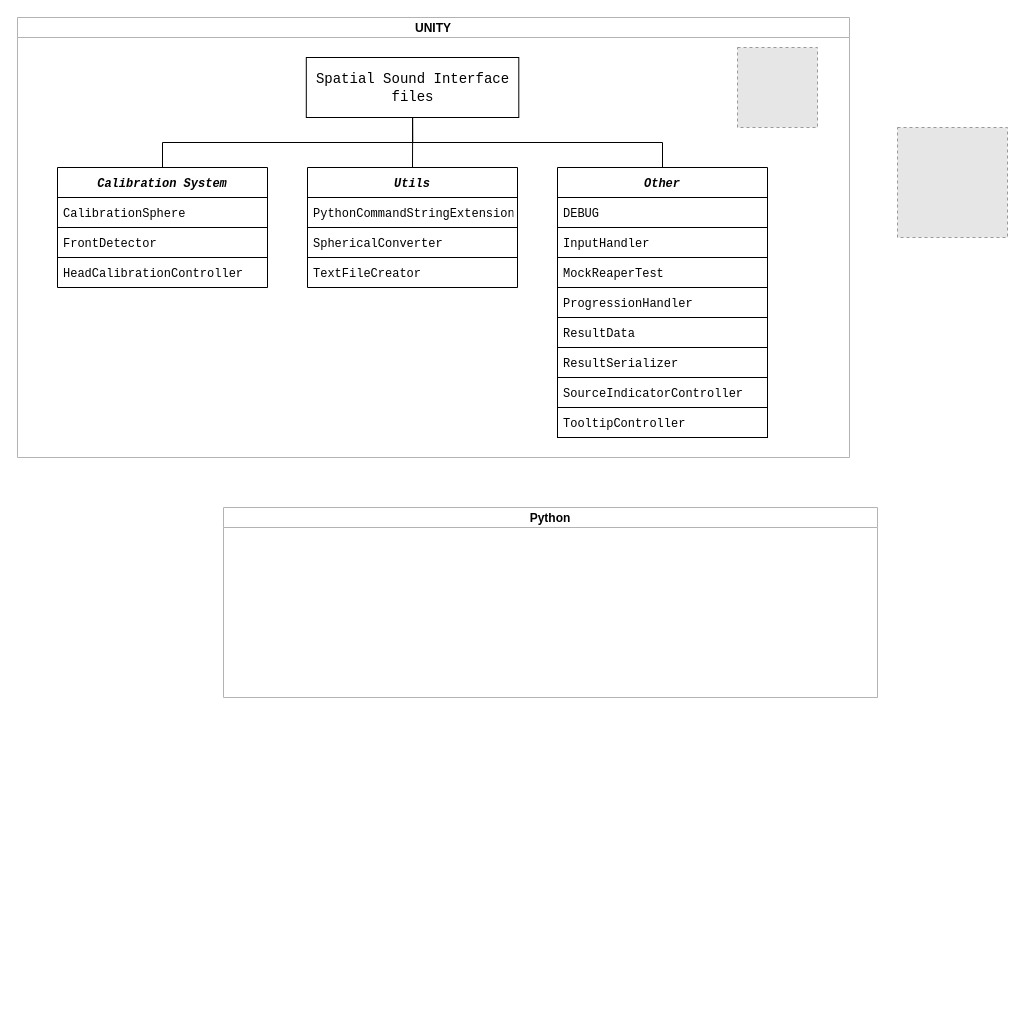
Above: Graphs/ReaperPython.drawio in odwrocsie/magisterka (draw.io), before the change. Source tidied: cells renumbered, new cells numbered last; positions are measured from the earlier drawing's top-left corner, leaving out a move shared by most shapes. Both pictures are drawn from the tidied source at 100%, with x=0, y=0 at pixel (17, 17). Pictures stored in the file or linked from it are replaced by grey dashed boxes.
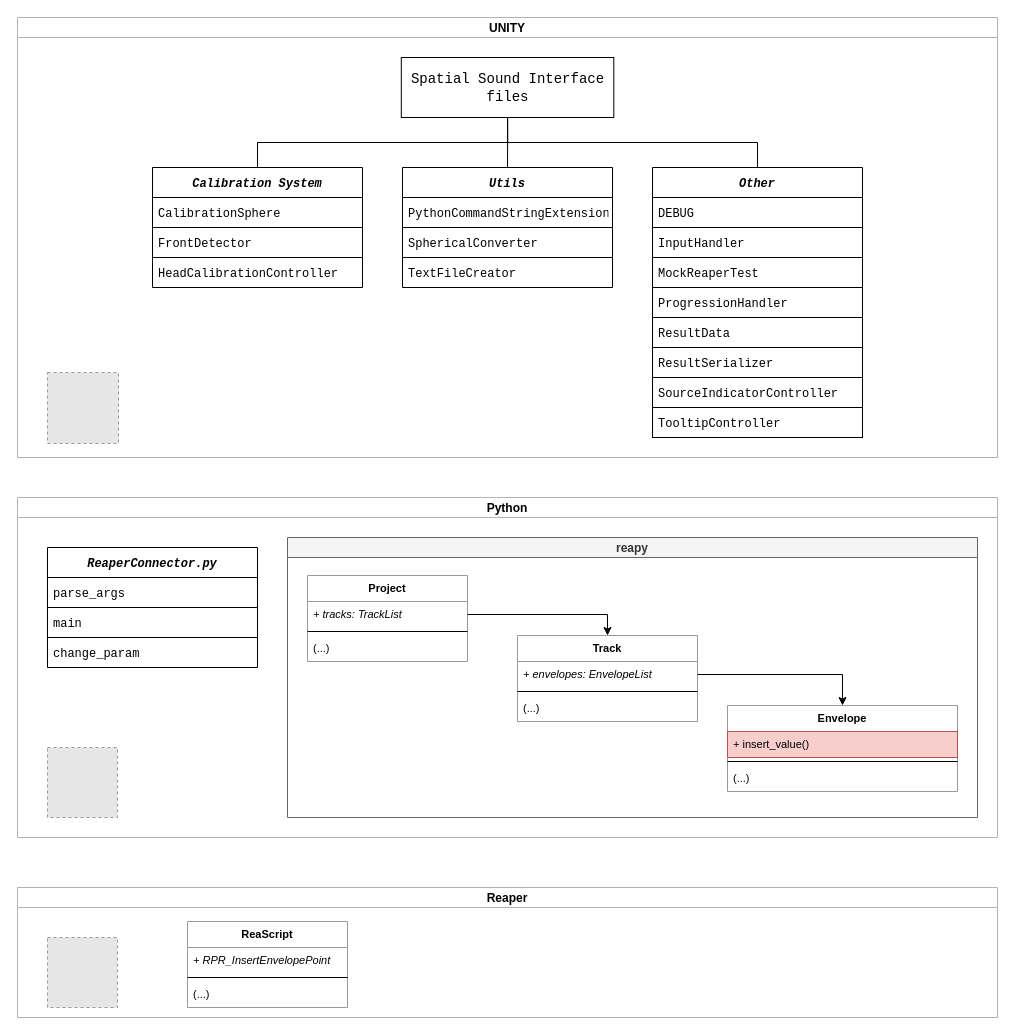
Above is the later version.

Change to the diagram source:
```diff
@@
     <mxCell id="2" value="UNITY" style="swimlane;startSize=20;horizontal=1;containerType=tree;newEdgeStyle={&quot;edgeStyle&quot;:&quot;elbowEdgeStyle&quot;,&quot;startArrow&quot;:&quot;none&quot;,&quot;endArrow&quot;:&quot;none&quot;};fontStyle=1;strokeColor=#B3B3B3;" parent="1" vertex="1">
-      <mxGeometry width="832" height="440" as="geometry" />
+      <mxGeometry width="980" height="440" as="geometry" />
     </mxCell>
@@
     <mxCell id="6" value="&lt;span style=&quot;font-size: 14px;&quot;&gt;&lt;font face=&quot;Courier New&quot;&gt;Spatial Sound Interface files&lt;/font&gt;&lt;/span&gt;" style="whiteSpace=wrap;html=1;align=center;newEdgeStyle={&quot;edgeStyle&quot;:&quot;elbowEdgeStyle&quot;,&quot;startArrow&quot;:&quot;none&quot;,&quot;endArrow&quot;:&quot;none&quot;};" parent="2" vertex="1">
-      <mxGeometry x="288.8" y="40" width="212.5" height="60" as="geometry" />
+      <mxGeometry x="383.8" y="40" width="212.5" height="60" as="geometry" />
     </mxCell>
     <mxCell id="7" value="Calibration System" style="swimlane;fontStyle=3;horizontal=1;startSize=30;fontFamily=Courier New;" parent="2" vertex="1">
-      <mxGeometry x="40" y="150" width="210" height="120" as="geometry" />
+      <mxGeometry x="135" y="150" width="210" height="120" as="geometry" />
     </mxCell>
@@
     <mxCell id="11" value="Utils" style="swimlane;fontStyle=3;horizontal=1;startSize=30;fontFamily=Courier New;" parent="2" vertex="1">
-      <mxGeometry x="290" y="150" width="210" height="120" as="geometry" />
+      <mxGeometry x="385" y="150" width="210" height="120" as="geometry" />
     </mxCell>
@@
     <mxCell id="15" value="Other" style="swimlane;fontStyle=3;horizontal=1;startSize=30;fontFamily=Courier New;" parent="2" vertex="1">
-      <mxGeometry x="540" y="150" width="210" height="270" as="geometry" />
+      <mxGeometry x="635" y="150" width="210" height="270" as="geometry" />
     </mxCell>
@@
     <mxCell id="24" style="fillColor=#E6E6E6;strokeColor=#999999;dashed=1;verticalLabelPosition=bottom;labelBackgroundColor=default;verticalAlign=top;" parent="2" vertex="1">
-      <mxGeometry x="720" y="30" width="80" height="80" as="geometry" />
+      <mxGeometry x="30" y="355" width="71" height="71" as="geometry" />
     </mxCell>
+    <mxCell id="27" value="Python" style="swimlane;startSize=20;horizontal=1;containerType=tree;newEdgeStyle={&quot;edgeStyle&quot;:&quot;elbowEdgeStyle&quot;,&quot;startArrow&quot;:&quot;none&quot;,&quot;endArrow&quot;:&quot;none&quot;};strokeColor=#B3B3B3;" parent="1" vertex="1">
+      <mxGeometry y="480" width="980" height="340" as="geometry" />
+    </mxCell>
+    <mxCell id="28" value="ReaperConnector.py" style="swimlane;fontStyle=3;horizontal=1;startSize=30;fontFamily=Courier New;" parent="27" vertex="1">
+      <mxGeometry x="30" y="50" width="210" height="120" as="geometry" />
+    </mxCell>
+    <mxCell id="29" value="parse_args" style="text;strokeColor=default;fillColor=none;align=left;verticalAlign=middle;spacingLeft=4;spacingRight=4;overflow=hidden;fontFamily=Courier New;" parent="28" vertex="1">
+      <mxGeometry y="30" width="210" height="30" as="geometry" />
+    </mxCell>
+    <mxCell id="30" value="main" style="text;strokeColor=default;fillColor=none;align=left;verticalAlign=middle;spacingLeft=4;spacingRight=4;overflow=hidden;fontFamily=Courier New;" parent="28" vertex="1">
+      <mxGeometry y="60" width="210" height="30" as="geometry" />
+    </mxCell>
+    <mxCell id="31" value="change_param" style="text;strokeColor=none;fillColor=none;align=left;verticalAlign=middle;spacingLeft=4;spacingRight=4;overflow=hidden;fontFamily=Courier New;" parent="28" vertex="1">
+      <mxGeometry y="90" width="210" height="30" as="geometry" />
+    </mxCell>
-    <mxCell id="25" value="Python" style="swimlane;startSize=20;horizontal=1;containerType=tree;newEdgeStyle={&quot;edgeStyle&quot;:&quot;elbowEdgeStyle&quot;,&quot;startArrow&quot;:&quot;none&quot;,&quot;endArrow&quot;:&quot;none&quot;};strokeColor=#B3B3B3;" parent="1" vertex="1">
-      <mxGeometry x="206" y="490" width="654" height="190" as="geometry" />
+    <mxCell id="25" value="reapy" style="swimlane;startSize=20;horizontal=1;containerType=tree;newEdgeStyle={&quot;edgeStyle&quot;:&quot;elbowEdgeStyle&quot;,&quot;startArrow&quot;:&quot;none&quot;,&quot;endArrow&quot;:&quot;none&quot;};strokeColor=#666666;fillColor=#f5f5f5;fontColor=#333333;" parent="27" vertex="1">
+      <mxGeometry x="270" y="40" width="690" height="280" as="geometry" />
     </mxCell>
-    <mxCell id="26" style="fillColor=#E6E6E6;strokeColor=#999999;dashed=1;verticalLabelPosition=bottom;labelBackgroundColor=default;verticalAlign=top;" parent="1" vertex="1">
-      <mxGeometry x="880" y="110" width="110" height="110" as="geometry" />
-    </mxCell>
+    <mxCell id="32" value="Project" style="swimlane;fontStyle=1;align=center;verticalAlign=top;horizontal=1;startSize=26;fontFamily=Helvetica;fontSize=11;strokeColor=#999999;" parent="25" vertex="1">
+      <mxGeometry x="20" y="38" width="160" height="86" as="geometry" />
+    </mxCell>
+    <mxCell id="33" value="+ tracks: TrackList" style="text;strokeColor=none;fillColor=none;align=left;verticalAlign=top;spacingLeft=4;spacingRight=4;overflow=hidden;points=[[0,0.5],[1,0.5]];portConstraint=eastwest;fontFamily=Helvetica;fontSize=11;fontStyle=2;" parent="32" vertex="1">
+      <mxGeometry y="26" width="160" height="26" as="geometry" />
+    </mxCell>
+    <mxCell id="34" style="line;strokeWidth=1;fillColor=none;align=left;verticalAlign=middle;spacingTop=-1;spacingLeft=3;spacingRight=3;labelPosition=right;fontFamily=Helvetica;fontSize=11;" parent="32" vertex="1">
+      <mxGeometry y="52" width="160" height="8" as="geometry" />
+    </mxCell>
+    <mxCell id="35" value="(...)" style="text;strokeColor=none;fillColor=none;align=left;verticalAlign=top;spacingLeft=4;spacingRight=4;overflow=hidden;fontFamily=Helvetica;fontSize=11;" parent="32" vertex="1">
+      <mxGeometry y="60" width="160" height="26" as="geometry" />
+    </mxCell>
+    <mxCell id="36" value="Track" style="swimlane;fontStyle=1;align=center;verticalAlign=top;horizontal=1;startSize=26;fontFamily=Helvetica;fontSize=11;strokeColor=#999999;" parent="25" vertex="1">
+      <mxGeometry x="230" y="98" width="180" height="86" as="geometry" />
+    </mxCell>
+    <mxCell id="37" value="+ envelopes: EnvelopeList" style="text;strokeColor=none;fillColor=none;align=left;verticalAlign=top;spacingLeft=4;spacingRight=4;overflow=hidden;points=[[0,0.5],[1,0.5]];portConstraint=eastwest;fontFamily=Helvetica;fontSize=11;fontStyle=2;" parent="36" vertex="1">
+      <mxGeometry y="26" width="180" height="26" as="geometry" />
+    </mxCell>
+    <mxCell id="38" style="line;strokeWidth=1;fillColor=none;align=left;verticalAlign=middle;spacingTop=-1;spacingLeft=3;spacingRight=3;labelPosition=right;fontFamily=Helvetica;fontSize=11;" parent="36" vertex="1">
+      <mxGeometry y="52" width="180" height="8" as="geometry" />
+    </mxCell>
+    <mxCell id="39" value="(...)" style="text;strokeColor=none;fillColor=none;align=left;verticalAlign=top;spacingLeft=4;spacingRight=4;overflow=hidden;fontFamily=Helvetica;fontSize=11;" parent="36" vertex="1">
+      <mxGeometry y="60" width="180" height="26" as="geometry" />
+    </mxCell>
+    <mxCell id="40" style="edgeStyle=orthogonalEdgeStyle;rounded=0;jettySize=auto;html=1;exitX=1;exitY=0.5;exitDx=0;exitDy=0;entryX=0.5;entryY=0;entryDx=0;entryDy=0;fontFamily=Helvetica;fontSize=11;" parent="25" edge="1" source="33" target="36">
+      <mxGeometry relative="1" as="geometry" />
+    </mxCell>
+    <mxCell id="41" value="Envelope" style="swimlane;fontStyle=1;align=center;verticalAlign=top;horizontal=1;startSize=26;fontFamily=Helvetica;fontSize=11;strokeColor=#999999;" parent="25" vertex="1">
+      <mxGeometry x="440" y="168" width="230" height="86" as="geometry" />
+    </mxCell>
+    <mxCell id="42" value="+ insert_value()" style="text;strokeColor=#b85450;fillColor=#f8cecc;align=left;verticalAlign=top;spacingLeft=4;spacingRight=4;overflow=hidden;fontFamily=Helvetica;fontSize=11;" parent="41" vertex="1">
+      <mxGeometry y="26" width="230" height="26" as="geometry" />
+    </mxCell>
+    <mxCell id="43" style="line;strokeWidth=1;fillColor=none;align=left;verticalAlign=middle;spacingTop=-1;spacingLeft=3;spacingRight=3;labelPosition=right;fontFamily=Helvetica;fontSize=11;" parent="41" vertex="1">
+      <mxGeometry y="52" width="230" height="8" as="geometry" />
+    </mxCell>
+    <mxCell id="44" value="(...)" style="text;strokeColor=none;fillColor=none;align=left;verticalAlign=top;spacingLeft=4;spacingRight=4;overflow=hidden;fontFamily=Helvetica;fontSize=11;" parent="41" vertex="1">
+      <mxGeometry y="60" width="230" height="26" as="geometry" />
+    </mxCell>
+    <mxCell id="45" style="edgeStyle=orthogonalEdgeStyle;rounded=0;jettySize=auto;html=1;exitX=1;exitY=0.5;exitDx=0;exitDy=0;fontFamily=Helvetica;fontSize=11;entryX=0.5;entryY=0;entryDx=0;entryDy=0;" parent="25" edge="1" source="37" target="41">
+      <mxGeometry relative="1" as="geometry" />
+    </mxCell>
+    <mxCell id="46" style="fillColor=#E6E6E6;strokeColor=#999999;dashed=1;verticalLabelPosition=bottom;labelBackgroundColor=default;verticalAlign=top;" parent="27" vertex="1">
+      <mxGeometry x="30" y="250" width="70" height="70" as="geometry" />
+    </mxCell>
+    <mxCell id="47" value="Reaper" style="swimlane;startSize=20;horizontal=1;containerType=tree;newEdgeStyle={&quot;edgeStyle&quot;:&quot;elbowEdgeStyle&quot;,&quot;startArrow&quot;:&quot;none&quot;,&quot;endArrow&quot;:&quot;none&quot;};strokeColor=#B3B3B3;" parent="1" vertex="1">
+      <mxGeometry y="870" width="980" height="130" as="geometry" />
+    </mxCell>
+    <mxCell id="48" style="fillColor=#E6E6E6;strokeColor=#999999;dashed=1;verticalLabelPosition=bottom;labelBackgroundColor=default;verticalAlign=top;" parent="47" vertex="1">
+      <mxGeometry x="30" y="50" width="70" height="70" as="geometry" />
+    </mxCell>
+    <mxCell id="49" value="ReaScript" style="swimlane;fontStyle=1;align=center;verticalAlign=top;horizontal=1;startSize=26;fontFamily=Helvetica;fontSize=11;strokeColor=#999999;" parent="47" vertex="1">
+      <mxGeometry x="170" y="34" width="160" height="86" as="geometry" />
+    </mxCell>
+    <mxCell id="50" value="+ RPR_InsertEnvelopePoint" style="text;strokeColor=none;fillColor=none;align=left;verticalAlign=top;spacingLeft=4;spacingRight=4;overflow=hidden;fontFamily=Helvetica;fontSize=11;fontStyle=2;" parent="49" vertex="1">
+      <mxGeometry y="26" width="160" height="26" as="geometry" />
+    </mxCell>
+    <mxCell id="51" style="line;strokeWidth=1;fillColor=none;align=left;verticalAlign=middle;spacingTop=-1;spacingLeft=3;spacingRight=3;labelPosition=right;fontFamily=Helvetica;fontSize=11;" parent="49" vertex="1">
+      <mxGeometry y="52" width="160" height="8" as="geometry" />
+    </mxCell>
+    <mxCell id="52" value="(...)" style="text;strokeColor=none;fillColor=none;align=left;verticalAlign=top;spacingLeft=4;spacingRight=4;overflow=hidden;fontFamily=Helvetica;fontSize=11;" parent="49" vertex="1">
+      <mxGeometry y="60" width="160" height="26" as="geometry" />
+    </mxCell>
```
